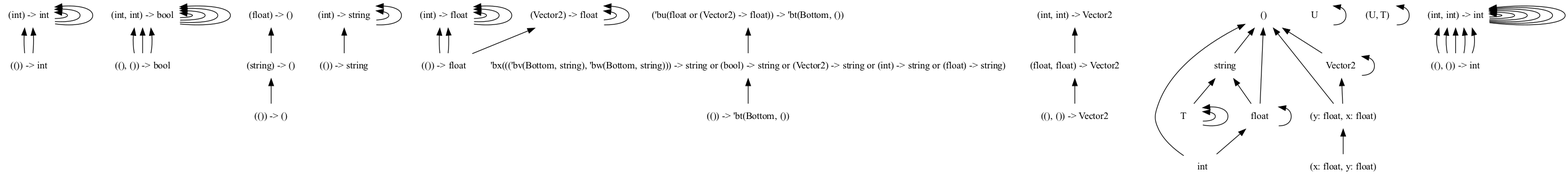
Earlier version of the Graphviz export dots/png/0.dot.png (chocobo333/regino). Its source is kept beside it as dots/0.dot.
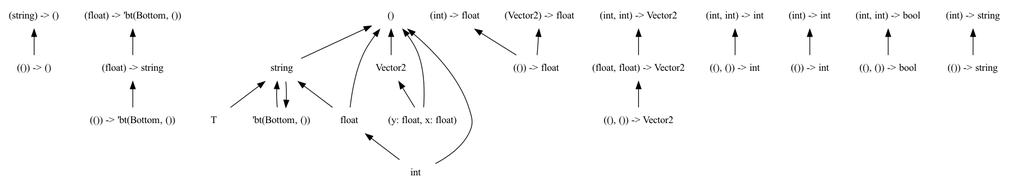
Above is the later version.

The edit, as a diff of the source:
```diff
@@ -8,91 +8,53 @@
   edge [
     dir = back
     ];
-  "(()) -> int"
-  "(int) -> int"
-  "((), ()) -> bool"
-  "(int, int) -> bool"
+  "(string) -> ()"
   "(()) -> ()"
-  "(string) -> ()"
-  "(()) -> string"
-  "(int) -> string"
-  "(()) -> float"
-  "(int) -> float"
-  "(()) -> 'bt(Bottom, ())"
-  "(Vector2) -> float"
-  "((), ()) -> Vector2"
-  "(float, float) -> Vector2"
-  "(float) -> ()"
+  "(float) -> 'bt(Bottom, ())"
   "string"
   "Vector2"
-  "('bu(float or (Vector2) -> float)) -> 'bt(Bottom, ())"
+  "(()) -> float"
+  "T"
+  "((), ()) -> Vector2"
   "(int, int) -> Vector2"
+  "((), ()) -> int"
+  "(int) -> int"
+  "(int, int) -> int"
+  "()"
+  "(int, int) -> bool"
+  "(float, float) -> Vector2"
+  "(()) -> 'bt(Bottom, ())"
+  "(float) -> string"
+  "(()) -> string"
+  "(int) -> float"
+  "(Vector2) -> float"
+  "'bt(Bottom, ())"
   "(y: float, x: float)"
-  "T"
-  "U"
-  "T"
-  "T"
-  "()"
-  "(U, T)"
-  "'bx((('bv(Bottom, string), 'bw(Bottom, string))) -> string or (bool) -> string or (Vector2) -> string or (int) -> string or (float) -> string)"
+  "(int) -> string"
   "float"
+  "(()) -> int"
   "int"
-  "((), ()) -> int"
-  "(int, int) -> int"
-  "(float, float) -> Vector2" -> "((), ()) -> Vector2"
+  "((), ()) -> bool"
+  "(string) -> ()" -> "(()) -> ()"
+  "(float) -> 'bt(Bottom, ())" -> "(float) -> string"
+  "string" -> "T"
+  "string" -> "'bt(Bottom, ())"
+  "string" -> "float"
+  "Vector2" -> "(y: float, x: float)"
   "(int, int) -> Vector2" -> "(float, float) -> Vector2"
+  "(int) -> int" -> "(()) -> int"
   "(int, int) -> int" -> "((), ()) -> int"
-  "(int, int) -> int" -> "((), ()) -> int"
-  "(int, int) -> int" -> "((), ()) -> int"
-  "(int, int) -> int" -> "(int, int) -> int"
-  "(int, int) -> int" -> "((), ()) -> int"
-  "(int, int) -> int" -> "((), ()) -> int"
-  "(int, int) -> int" -> "(int, int) -> int"
-  "(int) -> int" -> "(int) -> int"
-  "(int) -> int" -> "(()) -> int"
-  "(int) -> int" -> "(()) -> int"
-  "(int) -> int" -> "(int) -> int"
-  "(int, int) -> int" -> "(int, int) -> int"
-  "(int) -> int" -> "(int) -> int"
-  "(int, int) -> int" -> "(int, int) -> int"
-  "(int, int) -> bool" -> "((), ()) -> bool"
-  "(int, int) -> bool" -> "(int, int) -> bool"
-  "(int, int) -> bool" -> "((), ()) -> bool"
-  "(int, int) -> bool" -> "((), ()) -> bool"
-  "(int, int) -> bool" -> "(int, int) -> bool"
-  "(int, int) -> bool" -> "(int, int) -> bool"
-  "(int) -> string" -> "(()) -> string"
-  "(int) -> string" -> "(int) -> string"
-  "(int) -> string" -> "(int) -> string"
-  "(string) -> ()" -> "(()) -> ()"
-  "string" -> "T"
-  "string" -> "float"
-  "Vector2" -> "Vector2"
-  "Vector2" -> "(y: float, x: float)"
-  "(float) -> ()" -> "(string) -> ()"
-  "(int, int) -> bool" -> "(int, int) -> bool"
-  "(int, int) -> int" -> "(int, int) -> int"
-  "(int, int) -> int" -> "(int, int) -> int"
-  "(int) -> float" -> "(()) -> float"
-  "(int) -> float" -> "(()) -> float"
-  "(int) -> float" -> "(int) -> float"
-  "(int) -> float" -> "(int) -> float"
-  "(int) -> float" -> "(int) -> float"
-  "('bu(float or (Vector2) -> float)) -> 'bt(Bottom, ())" -> "'bx((('bv(Bottom, string), 'bw(Bottom, string))) -> string or (bool) -> string or (Vector2) -> string or (int) -> string or (float) -> string)"
-  "(y: float, x: float)" -> "(x: float, y: float)"
-  "T" -> "T"
-  "U" -> "U"
-  "T" -> "T"
   "()" -> "string"
   "()" -> "Vector2"
   "()" -> "(y: float, x: float)"
   "()" -> "float"
   "()" -> "int"
-  "(U, T)" -> "(U, T)"
-  "'bx((('bv(Bottom, string), 'bw(Bottom, string))) -> string or (bool) -> string or (Vector2) -> string or (int) -> string or (float) -> string)" -> "(()) -> 'bt(Bottom, ())"
-  "float" -> "float"
+  "(int, int) -> bool" -> "((), ()) -> bool"
+  "(float, float) -> Vector2" -> "((), ()) -> Vector2"
+  "(float) -> string" -> "(()) -> 'bt(Bottom, ())"
+  "(int) -> float" -> "(()) -> float"
+  "(Vector2) -> float" -> "(()) -> float"
+  "'bt(Bottom, ())" -> "string"
+  "(int) -> string" -> "(()) -> string"
   "float" -> "int"
-  "(Vector2) -> float" -> "(()) -> float"
-  "(Vector2) -> float" -> "(Vector2) -> float"
-  "(Vector2) -> float" -> "(Vector2) -> float"
 }
```
